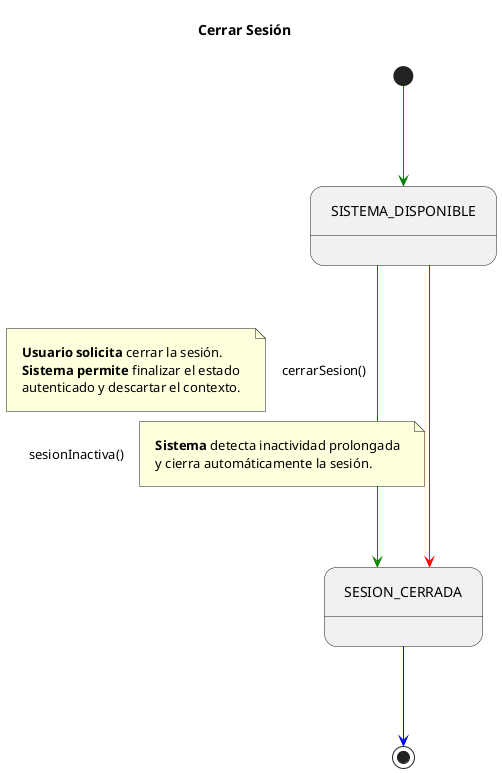
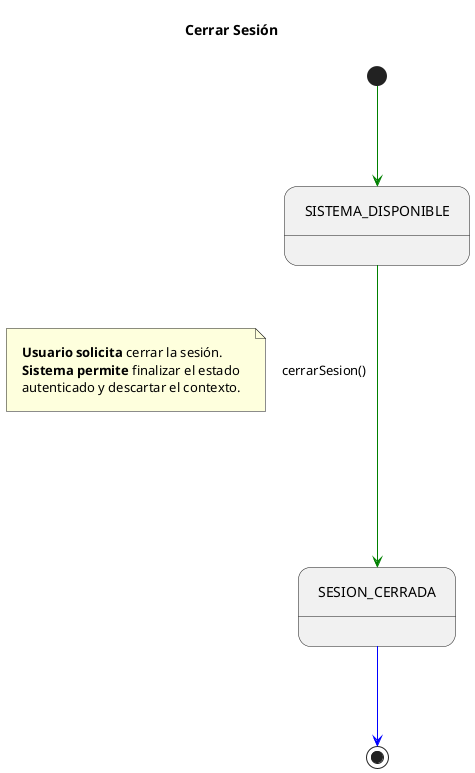
@startuml cerrarSesion
title Cerrar Sesión

' --- CONFIGURACIÓN DE ESTILO ---
skinparam nodesep 100
skinparam ranksep 100
skinparam linetype ortho
skinparam Padding 10

state SISTEMA_DISPONIBLE
state SESION_CERRADA

[*] -[#green]-> SISTEMA_DISPONIBLE

- ' Salida explícita por acción del usuario
SISTEMA_DISPONIBLE -[#green]---> SESION_CERRADA : cerrarSesion()
note left on link
    <b>Usuario solicita</b> cerrar la sesión.
    <b>Sistema permite</b> finalizar el estado
    autenticado y descartar el contexto.
end note

- ' Salida implícita por inactividad
- SISTEMA_DISPONIBLE -[#red]---> SESION_CERRADA : sesionInactiva()
- note right on link
-     <b>Sistema</b> detecta inactividad prolongada
-     y cierra automáticamente la sesión.
- end note
- 
SESION_CERRADA -[#blue]-> [*]
@enduml
